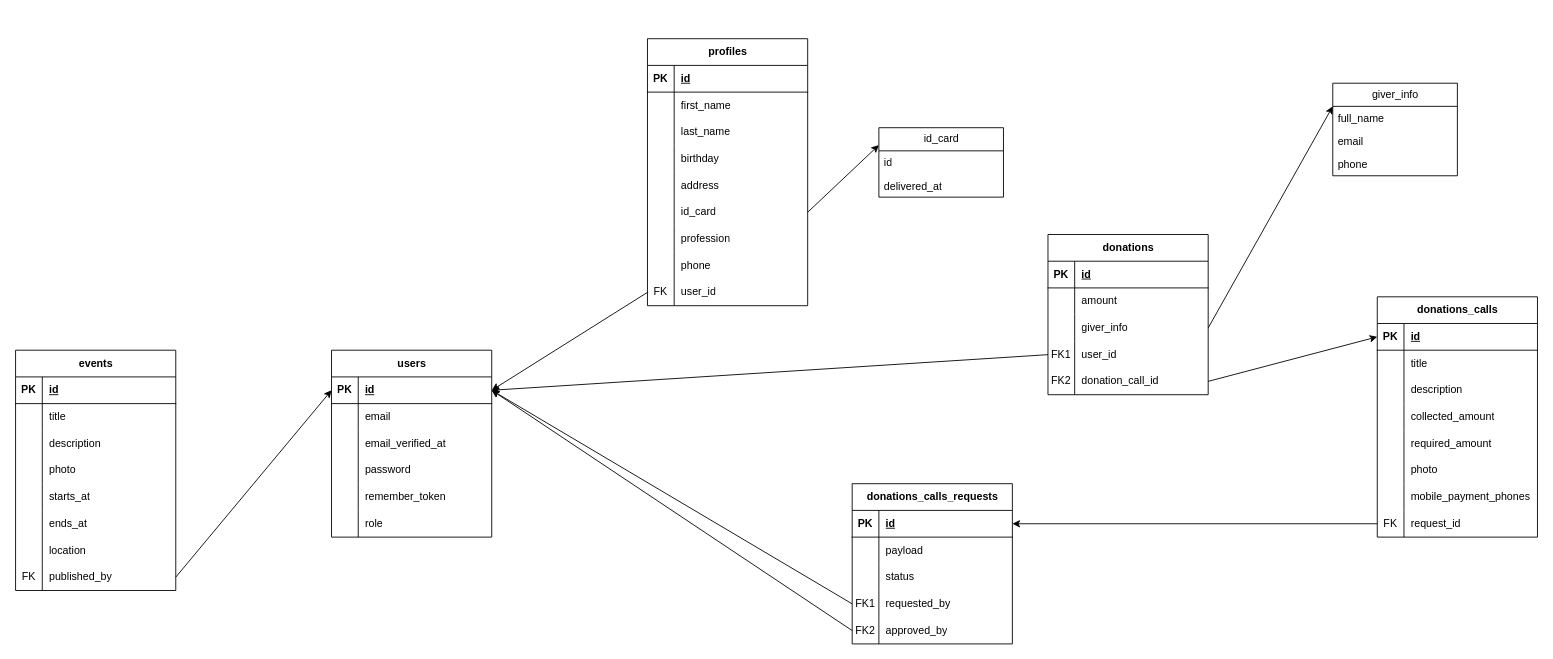
Before: diagrams.drawio in AmazingTool777/gestion-association-laravel-mysql, a draw.io diagram. Source tidied: cells renumbered, new cells numbered last; positions are measured from the earlier drawing's top-left corner, leaving out a move shared by most shapes. Both pictures are drawn from the tidied source at 89%, with x=0, y=0 at pixel (15, 38).
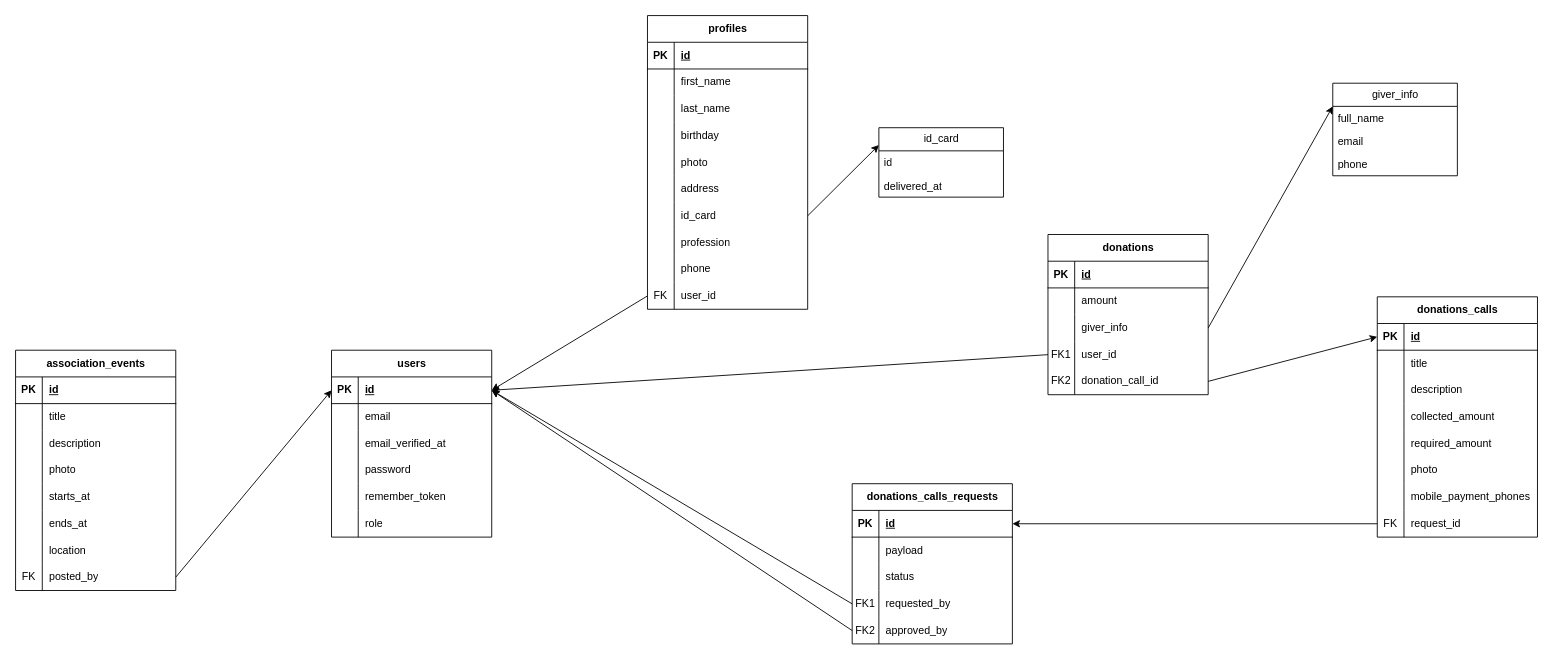
After the change.

Commit message (it also covers changes not shown here):
Add photo field to profiles

Unchanged cells that the change refers to:
```xml
<mxCell id="134" style="shape=tableRow;horizontal=0;startSize=0;swimlaneHead=0;swimlaneBody=0;fillColor=none;points=[[0,0.5],[1,0.5]];portConstraint=eastwest;top=0;left=0;right=0;bottom=0;" parent="112" vertex="1">
  <mxGeometry y="240" width="180" height="30" as="geometry" />
</mxCell>
```

Change to the diagram source:
```diff
@@
     <mxCell id="21" value="profiles" style="shape=table;startSize=30;childLayout=tableLayout;rowLines=0;fontStyle=1;align=center;html=1;" parent="1" vertex="1">
-      <mxGeometry x="710" width="180" height="300" as="geometry" />
+      <mxGeometry x="710" y="-26" width="180" height="330" as="geometry" />
     </mxCell>
@@
+    <mxCell id="147" style="shape=tableRow;horizontal=0;startSize=0;swimlaneHead=0;swimlaneBody=0;fillColor=none;top=0;left=0;right=0;bottom=0;" parent="21" vertex="1">
+      <mxGeometry y="150" width="180" height="30" as="geometry" />
+    </mxCell>
+    <mxCell id="148" style="shape=partialRectangle;fillColor=none;top=0;left=0;bottom=0;right=0;overflow=hidden;whiteSpace=wrap;html=1;" parent="147" vertex="1">
+      <mxGeometry width="30" height="30" as="geometry" />
+    </mxCell>
+    <mxCell id="149" value="photo" style="shape=partialRectangle;fillColor=none;top=0;left=0;bottom=0;right=0;align=left;spacingLeft=6;overflow=hidden;whiteSpace=wrap;html=1;" parent="147" vertex="1">
+      <mxGeometry x="30" width="150" height="30" as="geometry" />
+    </mxCell>
     <mxCell id="34" style="shape=tableRow;horizontal=0;startSize=0;swimlaneHead=0;swimlaneBody=0;fillColor=none;top=0;left=0;right=0;bottom=0;" parent="21" vertex="1">
-      <mxGeometry y="150" width="180" height="30" as="geometry" />
+      <mxGeometry y="180" width="180" height="30" as="geometry" />
     </mxCell>
@@
     <mxCell id="37" style="shape=tableRow;horizontal=0;startSize=0;swimlaneHead=0;swimlaneBody=0;fillColor=none;points=[[0,0.5],[1,0.5]];portConstraint=eastwest;top=0;left=0;right=0;bottom=0;" parent="21" vertex="1">
-      <mxGeometry y="180" width="180" height="30" as="geometry" />
+      <mxGeometry y="210" width="180" height="30" as="geometry" />
     </mxCell>
@@
     <mxCell id="40" style="shape=tableRow;horizontal=0;startSize=0;swimlaneHead=0;swimlaneBody=0;fillColor=none;top=0;left=0;right=0;bottom=0;" parent="21" vertex="1">
-      <mxGeometry y="210" width="180" height="30" as="geometry" />
+      <mxGeometry y="240" width="180" height="30" as="geometry" />
     </mxCell>
@@
     <mxCell id="43" style="shape=tableRow;horizontal=0;startSize=0;swimlaneHead=0;swimlaneBody=0;fillColor=none;top=0;left=0;right=0;bottom=0;" parent="21" vertex="1">
-      <mxGeometry y="240" width="180" height="30" as="geometry" />
+      <mxGeometry y="270" width="180" height="30" as="geometry" />
     </mxCell>
@@
     <mxCell id="46" style="shape=tableRow;horizontal=0;startSize=0;swimlaneHead=0;swimlaneBody=0;fillColor=none;points=[[0,0.5],[1,0.5]];portConstraint=eastwest;top=0;left=0;right=0;bottom=0;" parent="21" vertex="1">
-      <mxGeometry y="270" width="180" height="30" as="geometry" />
+      <mxGeometry y="300" width="180" height="30" as="geometry" />
     </mxCell>
@@
-    <mxCell id="112" value="events" style="shape=table;startSize=30;childLayout=tableLayout;rowLines=0;fontStyle=1;align=center;html=1;" parent="1" vertex="1">
+    <mxCell id="112" value="association_events" style="shape=table;startSize=30;childLayout=tableLayout;rowLines=0;fontStyle=1;align=center;html=1;" parent="1" vertex="1">
       <mxGeometry y="350" width="180" height="270" as="geometry" />
     </mxCell>
@@
-    <mxCell id="136" value="published_by" style="shape=partialRectangle;fillColor=none;top=0;left=0;bottom=0;right=0;align=left;spacingLeft=6;overflow=hidden;whiteSpace=wrap;html=1;" parent="134" vertex="1">
+    <mxCell id="136" value="posted_by" style="shape=partialRectangle;fillColor=none;top=0;left=0;bottom=0;right=0;align=left;spacingLeft=6;overflow=hidden;whiteSpace=wrap;html=1;" parent="134" vertex="1">
       <mxGeometry x="30" width="150" height="30" as="geometry" />
     </mxCell>
```
